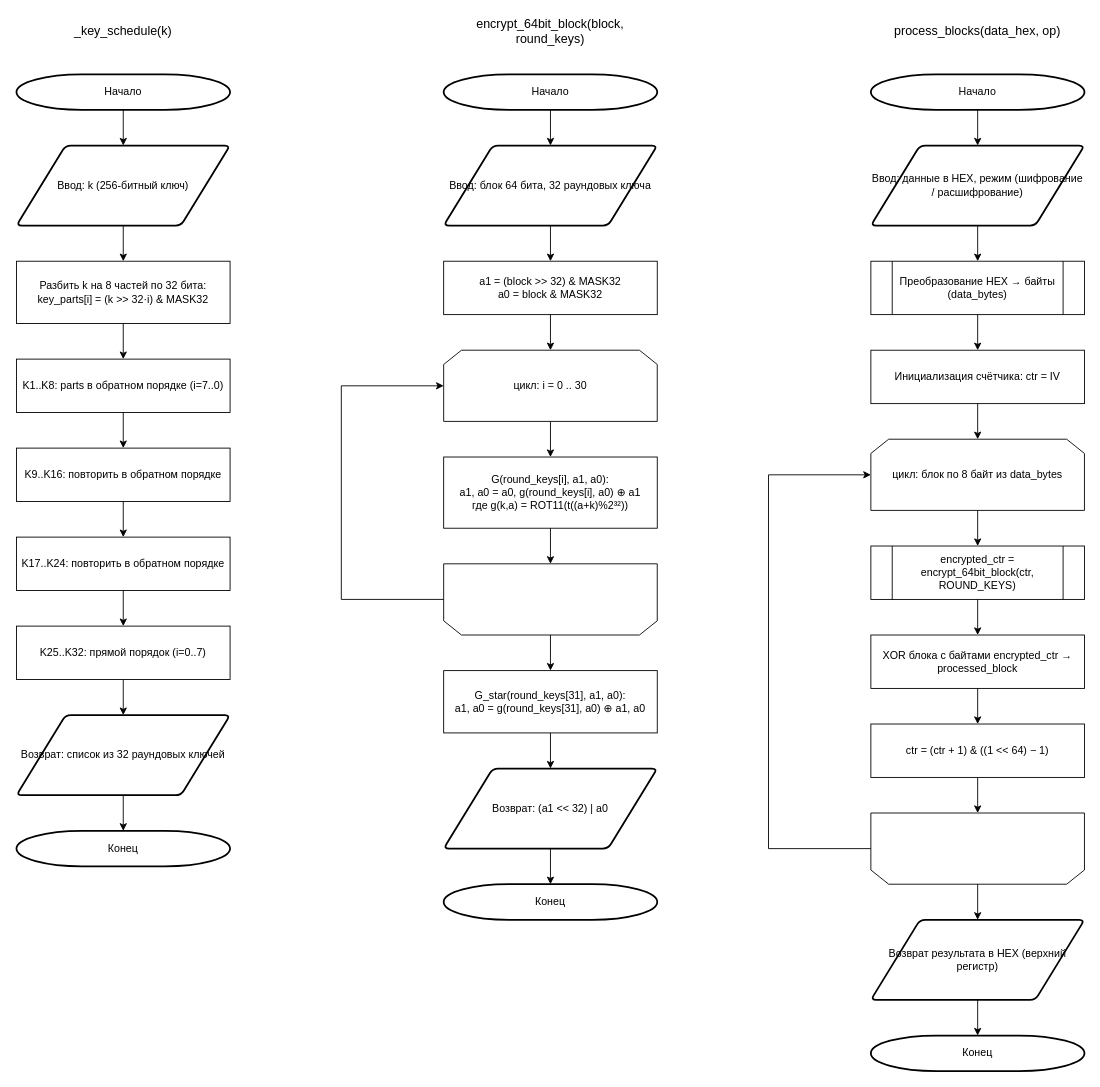
This is gamma_diagram.drawio from Laincetta/mospolytech-cryptography, a draw.io file, before an edit. Source tidied: cells renumbered, new cells numbered last; positions are measured from the earlier drawing's top-left corner, leaving out a move shared by most shapes. Both pictures are drawn from the tidied source at 89%, with x=0, y=0 at pixel (16, 21).
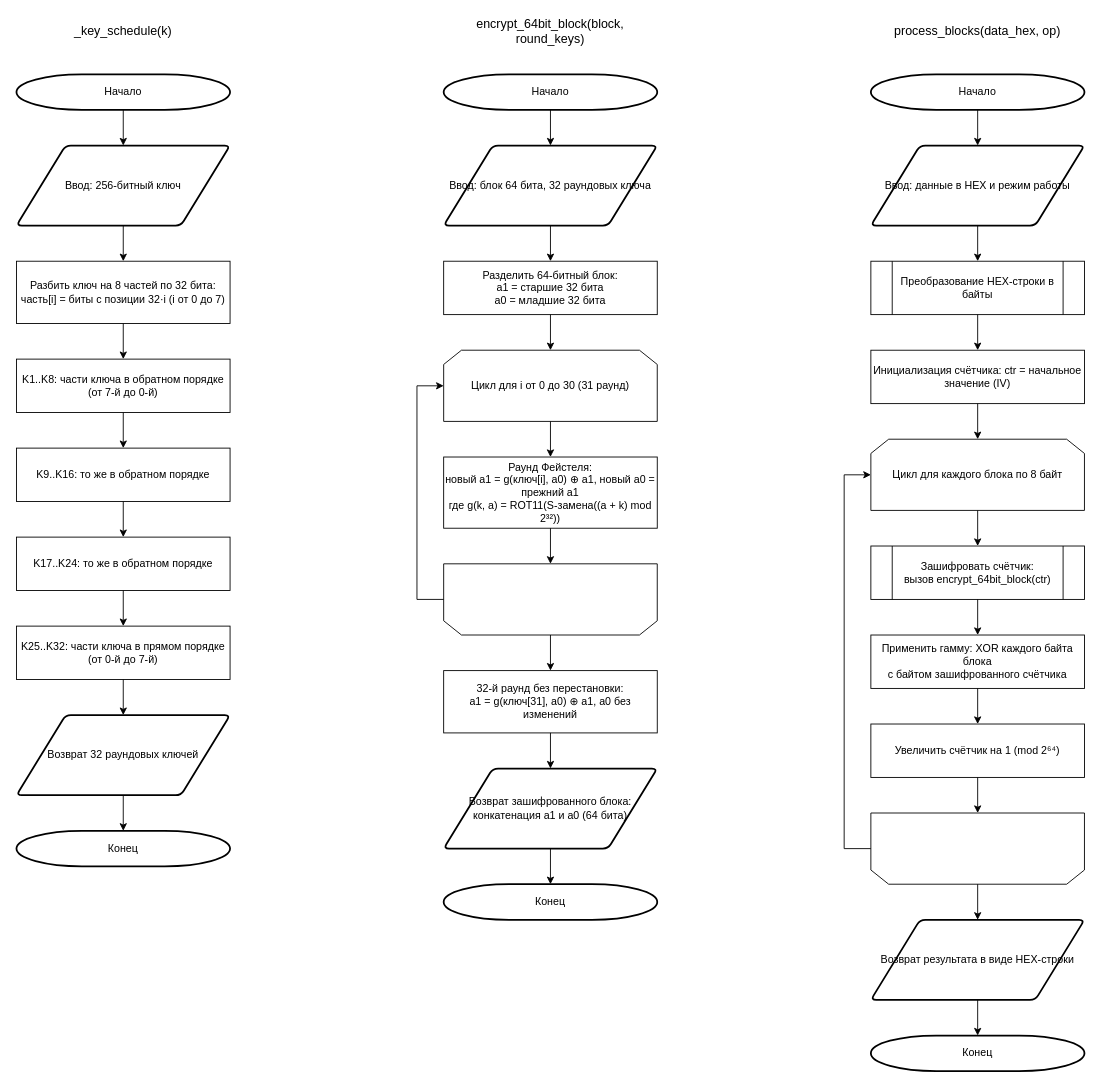
Above is the later version.

Unchanged cells that the change refers to:
```xml
<mxCell id="27" style="text;html=1;whiteSpace=wrap;strokeColor=none;fillColor=none;opacity=0;" parent="1" vertex="1">
  <mxGeometry x="480" y="609" width="240" height="80" as="geometry" />
</mxCell>
<mxCell id="50" style="text;html=1;whiteSpace=wrap;strokeColor=none;fillColor=none;opacity=0;" parent="1" vertex="1">
  <mxGeometry x="960" y="889" width="240" height="80" as="geometry" />
</mxCell>
```

What changed in the source:
```diff
@@
-    <mxCell id="4" value="Ввод: k (256-битный ключ)" style="shape=parallelogram;html=1;strokeWidth=2;perimeter=parallelogramPerimeter;whiteSpace=wrap;rounded=1;arcSize=12;size=0.23;" parent="1" vertex="1">
+    <mxCell id="4" value="Ввод: 256-битный ключ" style="shape=parallelogram;html=1;strokeWidth=2;perimeter=parallelogramPerimeter;whiteSpace=wrap;rounded=1;arcSize=12;size=0.23;" parent="1" vertex="1">
       <mxGeometry y="139" width="240" height="90" as="geometry" />
     </mxCell>
-    <mxCell id="5" value="Разбить k на 8 частей по 32 бита:&#10;key_parts[i] = (k &gt;&gt; 32·i) &amp; MASK32" style="rounded=0;whiteSpace=wrap;html=1;" parent="1" vertex="1">
+    <mxCell id="5" value="Разбить ключ на 8 частей по 32 бита:&#10;часть[i] = биты с позиции 32·i (i от 0 до 7)" style="rounded=0;whiteSpace=wrap;html=1;" parent="1" vertex="1">
       <mxGeometry y="269" width="240" height="70" as="geometry" />
     </mxCell>
-    <mxCell id="6" value="K1..K8: parts в обратном порядке (i=7..0)" style="rounded=0;whiteSpace=wrap;html=1;" parent="1" vertex="1">
+    <mxCell id="6" value="K1..K8: части ключа в обратном порядке (от 7-й до 0-й)" style="rounded=0;whiteSpace=wrap;html=1;" parent="1" vertex="1">
       <mxGeometry y="379" width="240" height="60" as="geometry" />
     </mxCell>
-    <mxCell id="7" value="K9..K16: повторить в обратном порядке" style="rounded=0;whiteSpace=wrap;html=1;" parent="1" vertex="1">
+    <mxCell id="7" value="K9..K16: то же в обратном порядке" style="rounded=0;whiteSpace=wrap;html=1;" parent="1" vertex="1">
       <mxGeometry y="479" width="240" height="60" as="geometry" />
     </mxCell>
-    <mxCell id="8" value="K17..K24: повторить в обратном порядке" style="rounded=0;whiteSpace=wrap;html=1;" parent="1" vertex="1">
+    <mxCell id="8" value="K17..K24: то же в обратном порядке" style="rounded=0;whiteSpace=wrap;html=1;" parent="1" vertex="1">
       <mxGeometry y="579" width="240" height="60" as="geometry" />
     </mxCell>
-    <mxCell id="9" value="K25..K32: прямой порядок (i=0..7)" style="rounded=0;whiteSpace=wrap;html=1;" parent="1" vertex="1">
+    <mxCell id="9" value="K25..K32: части ключа в прямом порядке (от 0-й до 7-й)" style="rounded=0;whiteSpace=wrap;html=1;" parent="1" vertex="1">
       <mxGeometry y="679" width="240" height="60" as="geometry" />
     </mxCell>
-    <mxCell id="10" value="Возврат: список из 32 раундовых ключей" style="shape=parallelogram;html=1;strokeWidth=2;perimeter=parallelogramPerimeter;whiteSpace=wrap;rounded=1;arcSize=12;size=0.23;" parent="1" vertex="1">
+    <mxCell id="10" value="Возврат 32 раундовых ключей" style="shape=parallelogram;html=1;strokeWidth=2;perimeter=parallelogramPerimeter;whiteSpace=wrap;rounded=1;arcSize=12;size=0.23;" parent="1" vertex="1">
       <mxGeometry y="779" width="240" height="90" as="geometry" />
     </mxCell>
@@
-    <mxCell id="23" value="a1 = (block &gt;&gt; 32) &amp; MASK32&#10;a0 = block &amp; MASK32" style="rounded=0;whiteSpace=wrap;html=1;" parent="1" vertex="1">
+    <mxCell id="23" value="Разделить 64-битный блок:&#10;a1 = старшие 32 бита&#10;a0 = младшие 32 бита" style="rounded=0;whiteSpace=wrap;html=1;" parent="1" vertex="1">
       <mxGeometry x="480" y="269" width="240" height="60" as="geometry" />
     </mxCell>
-    <mxCell id="24" value="цикл: i = 0 .. 30" style="shape=loopLimit;whiteSpace=wrap;html=1;" parent="1" vertex="1">
+    <mxCell id="24" value="Цикл для i от 0 до 30 (31 раунд)" style="shape=loopLimit;whiteSpace=wrap;html=1;" parent="1" vertex="1">
       <mxGeometry x="480" y="369" width="240" height="80" as="geometry" />
     </mxCell>
-    <mxCell id="25" value="G(round_keys[i], a1, a0):&#10;a1, a0 = a0, g(round_keys[i], a0) ⊕ a1&#10;где g(k,a) = ROT11(t((a+k)%2³²))" style="rounded=0;whiteSpace=wrap;html=1;" parent="1" vertex="1">
+    <mxCell id="25" value="Раунд Фейстеля:&#10;новый a1 = g(ключ[i], a0) ⊕ a1,  новый a0 = прежний a1&#10;где g(k, a) = ROT11(S-замена((a + k) mod 2³²))" style="rounded=0;whiteSpace=wrap;html=1;" parent="1" vertex="1">
       <mxGeometry x="480" y="489" width="240" height="80" as="geometry" />
     </mxCell>
@@
-    <mxCell id="28" value="G_star(round_keys[31], a1, a0):&#10;a1, a0 = g(round_keys[31], a0) ⊕ a1, a0" style="rounded=0;whiteSpace=wrap;html=1;" parent="1" vertex="1">
+    <mxCell id="28" value="32-й раунд без перестановки:&#10;a1 = g(ключ[31], a0) ⊕ a1,  a0 без изменений" style="rounded=0;whiteSpace=wrap;html=1;" parent="1" vertex="1">
       <mxGeometry x="480" y="729" width="240" height="70" as="geometry" />
     </mxCell>
-    <mxCell id="29" value="Возврат: (a1 &lt;&lt; 32) | a0" style="shape=parallelogram;html=1;strokeWidth=2;perimeter=parallelogramPerimeter;whiteSpace=wrap;rounded=1;arcSize=12;size=0.23;" parent="1" vertex="1">
+    <mxCell id="29" value="Возврат зашифрованного блока:&#10;конкатенация a1 и a0 (64 бита)" style="shape=parallelogram;html=1;strokeWidth=2;perimeter=parallelogramPerimeter;whiteSpace=wrap;rounded=1;arcSize=12;size=0.23;" parent="1" vertex="1">
       <mxGeometry x="480" y="839" width="240" height="90" as="geometry" />
     </mxCell>
@@
     <mxCell id="36" style="edgeStyle=orthogonalEdgeStyle;rounded=0;jettySize=auto;html=1;exitX=0;exitY=0.5;exitDx=0;exitDy=0;entryX=0;entryY=0.5;entryDx=0;entryDy=0;" parent="1" edge="1" source="27" target="24">
       <mxGeometry relative="1" as="geometry">
         <Array as="points">
-          <mxPoint x="365" y="649" />
-          <mxPoint x="365" y="409" />
+          <mxPoint x="450" y="649" />
+          <mxPoint x="450" y="409" />
         </Array>
       </mxGeometry>
     </mxCell>
@@
-    <mxCell id="42" value="Ввод: данные в HEX, режим (шифрование / расшифрование)" style="shape=parallelogram;html=1;strokeWidth=2;perimeter=parallelogramPerimeter;whiteSpace=wrap;rounded=1;arcSize=12;size=0.23;" parent="1" vertex="1">
+    <mxCell id="42" value="Ввод: данные в HEX и режим работы" style="shape=parallelogram;html=1;strokeWidth=2;perimeter=parallelogramPerimeter;whiteSpace=wrap;rounded=1;arcSize=12;size=0.23;" parent="1" vertex="1">
       <mxGeometry x="960" y="139" width="240" height="90" as="geometry" />
     </mxCell>
-    <mxCell id="43" value="Преобразование HEX → байты (data_bytes)" style="shape=process;whiteSpace=wrap;html=1;backgroundOutline=1;" parent="1" vertex="1">
+    <mxCell id="43" value="Преобразование HEX-строки в байты" style="shape=process;whiteSpace=wrap;html=1;backgroundOutline=1;" parent="1" vertex="1">
       <mxGeometry x="960" y="269" width="240" height="60" as="geometry" />
     </mxCell>
-    <mxCell id="44" value="Инициализация счётчика: ctr = IV" style="rounded=0;whiteSpace=wrap;html=1;" parent="1" vertex="1">
+    <mxCell id="44" value="Инициализация счётчика: ctr = начальное значение (IV)" style="rounded=0;whiteSpace=wrap;html=1;" parent="1" vertex="1">
       <mxGeometry x="960" y="369" width="240" height="60" as="geometry" />
     </mxCell>
-    <mxCell id="45" value="цикл: блок по 8 байт из data_bytes" style="shape=loopLimit;whiteSpace=wrap;html=1;" parent="1" vertex="1">
+    <mxCell id="45" value="Цикл для каждого блока по 8 байт" style="shape=loopLimit;whiteSpace=wrap;html=1;" parent="1" vertex="1">
       <mxGeometry x="960" y="469" width="240" height="80" as="geometry" />
     </mxCell>
-    <mxCell id="46" value="encrypted_ctr = encrypt_64bit_block(ctr, ROUND_KEYS)" style="shape=process;whiteSpace=wrap;html=1;backgroundOutline=1;" parent="1" vertex="1">
+    <mxCell id="46" value="Зашифровать счётчик:&#10;вызов encrypt_64bit_block(ctr)" style="shape=process;whiteSpace=wrap;html=1;backgroundOutline=1;" parent="1" vertex="1">
       <mxGeometry x="960" y="589" width="240" height="60" as="geometry" />
     </mxCell>
-    <mxCell id="47" value="XOR блока с байтами encrypted_ctr → processed_block" style="rounded=0;whiteSpace=wrap;html=1;" parent="1" vertex="1">
+    <mxCell id="47" value="Применить гамму: XOR каждого байта блока&#10;с байтом зашифрованного счётчика" style="rounded=0;whiteSpace=wrap;html=1;" parent="1" vertex="1">
       <mxGeometry x="960" y="689" width="240" height="60" as="geometry" />
     </mxCell>
-    <mxCell id="48" value="ctr = (ctr + 1) &amp; ((1 &lt;&lt; 64) − 1)" style="rounded=0;whiteSpace=wrap;html=1;" parent="1" vertex="1">
+    <mxCell id="48" value="Увеличить счётчик на 1 (mod 2⁶⁴)" style="rounded=0;whiteSpace=wrap;html=1;" parent="1" vertex="1">
       <mxGeometry x="960" y="789" width="240" height="60" as="geometry" />
     </mxCell>
@@
-    <mxCell id="51" value="Возврат результата в HEX (верхний регистр)" style="shape=parallelogram;html=1;strokeWidth=2;perimeter=parallelogramPerimeter;whiteSpace=wrap;rounded=1;arcSize=12;size=0.23;" parent="1" vertex="1">
+    <mxCell id="51" value="Возврат результата в виде HEX-строки" style="shape=parallelogram;html=1;strokeWidth=2;perimeter=parallelogramPerimeter;whiteSpace=wrap;rounded=1;arcSize=12;size=0.23;" parent="1" vertex="1">
       <mxGeometry x="960" y="1009" width="240" height="90" as="geometry" />
     </mxCell>
@@
     <mxCell id="61" style="edgeStyle=orthogonalEdgeStyle;rounded=0;jettySize=auto;html=1;exitX=0;exitY=0.5;exitDx=0;exitDy=0;entryX=0;entryY=0.5;entryDx=0;entryDy=0;" parent="1" edge="1" source="50" target="45">
       <mxGeometry relative="1" as="geometry">
         <Array as="points">
-          <mxPoint x="845" y="929" />
-          <mxPoint x="845" y="509" />
+          <mxPoint x="930" y="929" />
+          <mxPoint x="930" y="509" />
         </Array>
       </mxGeometry>
     </mxCell>
```
